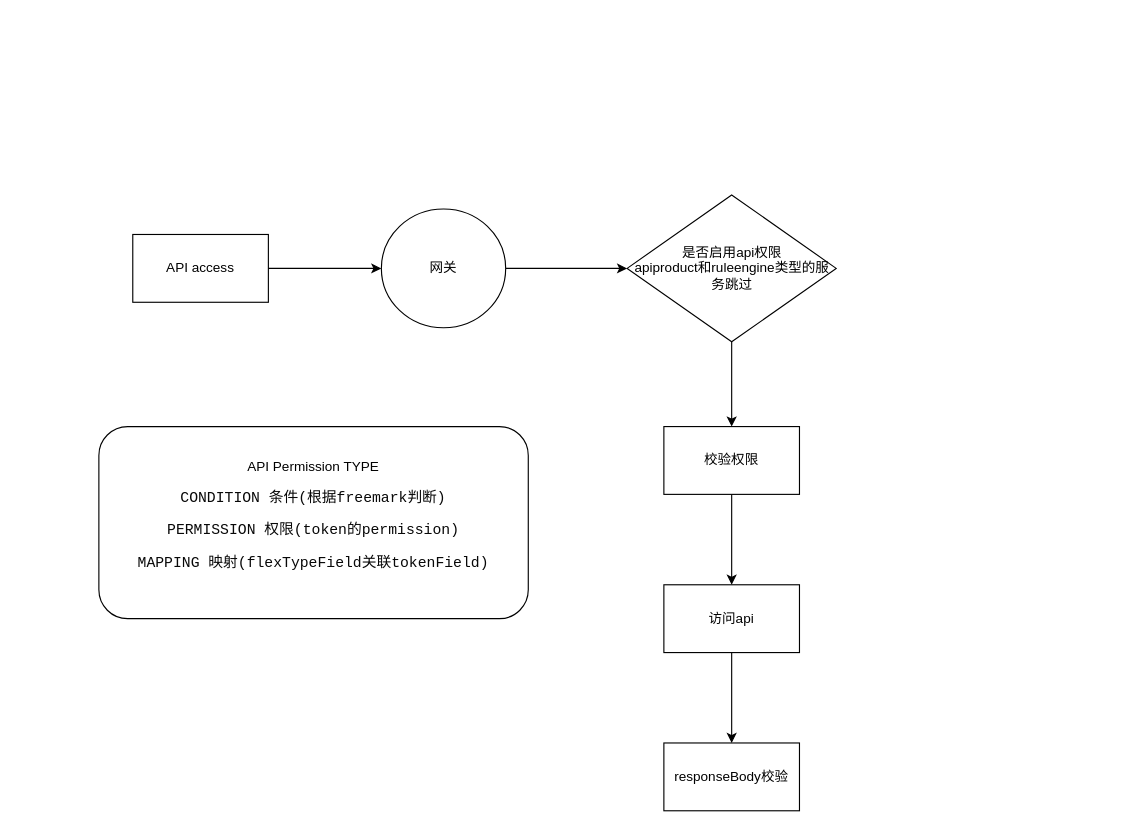
anyingle/ay-diagrams keeps this draw.io diagram as 未命名绘图.drawio. Above is the earlier version. Source tidied: cells renumbered, new cells numbered last; positions are measured from the earlier drawing's top-left corner, leaving out a move shared by most shapes. Both pictures are drawn from the tidied source at 113%, with x=0, y=0 at pixel (98, 194).
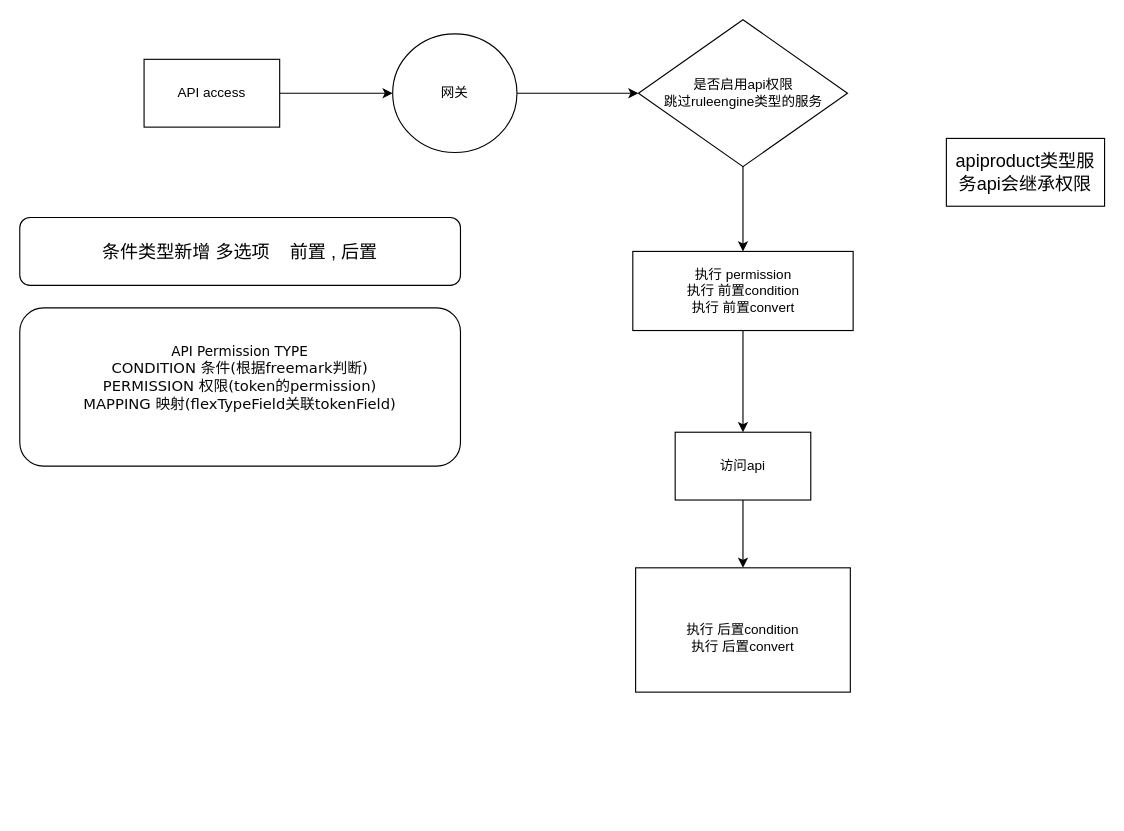
The same page after the edit.

Commit message:
更新未命名绘图.drawio

Change to the diagram source:
```diff
@@
 <mxGraphModel>
   <root>
     <mxCell id="0" />
     <mxCell id="1" parent="0" />
     <mxCell id="2" value="API access" style="rounded=0;whiteSpace=wrap;html=1;" parent="1" vertex="1">
-      <mxGeometry x="30" y="35" width="120" height="60" as="geometry" />
+      <mxGeometry x="40" y="-120" width="120" height="60" as="geometry" />
     </mxCell>
     <mxCell id="3" style="endArrow=classic;html=1;rounded=0;exitX=1;exitY=0.5;exitDx=0;exitDy=0;entryX=0;entryY=0.5;entryDx=0;entryDy=0;" parent="1" edge="1" source="2" target="5">
       <mxGeometry relative="1" as="geometry" />
     </mxCell>
     <mxCell id="4" style="edgeStyle=orthogonalEdgeStyle;rounded=0;jettySize=auto;html=1;" parent="1" edge="1" source="5" target="7">
       <mxGeometry relative="1" as="geometry" />
     </mxCell>
     <mxCell id="5" value="网关" style="ellipse;whiteSpace=wrap;html=1;" parent="1" vertex="1">
-      <mxGeometry x="250" y="12.5" width="110" height="105" as="geometry" />
+      <mxGeometry x="260" y="-142.5" width="110" height="105" as="geometry" />
     </mxCell>
     <mxCell id="6" style="edgeStyle=orthogonalEdgeStyle;rounded=0;jettySize=auto;html=1;" parent="1" edge="1" source="7" target="9">
       <mxGeometry relative="1" as="geometry" />
     </mxCell>
-    <mxCell id="7" value="是否启用api权限&lt;br&gt;apiproduct和ruleengine类型的服务跳过" style="rhombus;whiteSpace=wrap;html=1;" parent="1" vertex="1">
-      <mxGeometry x="467.5" width="185" height="130" as="geometry" />
+    <mxCell id="7" value="是否启用api权限&lt;br&gt;跳过ruleengine类型的服务" style="rhombus;whiteSpace=wrap;html=1;" parent="1" vertex="1">
+      <mxGeometry x="477.5" y="-155" width="185" height="130" as="geometry" />
     </mxCell>
     <mxCell id="8" style="edgeStyle=orthogonalEdgeStyle;rounded=0;jettySize=auto;html=1;" parent="1" edge="1" source="9" target="11">
       <mxGeometry relative="1" as="geometry" />
     </mxCell>
-    <mxCell id="9" value="校验权限" style="whiteSpace=wrap;html=1;" parent="1" vertex="1">
-      <mxGeometry x="500" y="205" width="120" height="60" as="geometry" />
+    <mxCell id="9" value="执行 permission&lt;br&gt;执行 前置condition&lt;br&gt;执行 前置convert" style="whiteSpace=wrap;html=1;" parent="1" vertex="1">
+      <mxGeometry x="472.5" y="50" width="195" height="70" as="geometry" />
     </mxCell>
-    <mxCell id="10" style="edgeStyle=orthogonalEdgeStyle;rounded=0;jettySize=auto;html=1;" parent="1" edge="1" source="11" target="12">
+    <mxCell id="10" style="edgeStyle=orthogonalEdgeStyle;rounded=0;jettySize=auto;html=1;entryX=0.5;entryY=0;entryDx=0;entryDy=0;" parent="1" edge="1" source="11" target="15">
       <mxGeometry relative="1" as="geometry" />
     </mxCell>
     <mxCell id="11" value="访问api" style="whiteSpace=wrap;html=1;" parent="1" vertex="1">
-      <mxGeometry x="500" y="345" width="120" height="60" as="geometry" />
+      <mxGeometry x="510" y="210" width="120" height="60" as="geometry" />
     </mxCell>
-    <mxCell id="12" value="responseBody校验" style="whiteSpace=wrap;html=1;" parent="1" vertex="1">
-      <mxGeometry x="500" y="485" width="120" height="60" as="geometry" />
-    </mxCell>
-    <mxCell id="13" value="API Permission TYPE&lt;br&gt;&lt;div style=&quot;background-color:#ffffff;color:#080808;font-family:'JetBrains Mono',monospace;font-size:9.8pt;&quot;&gt;&lt;pre&gt;CONDITION 条件(根据freemark判断)&lt;/pre&gt;&lt;pre&gt;&lt;div style=&quot;font-family: &amp;quot;JetBrains Mono&amp;quot;, monospace; font-size: 9.8pt;&quot;&gt;&lt;pre&gt;PERMISSION 权限(token的permission)&lt;/pre&gt;&lt;pre&gt;&lt;div style=&quot;font-family: &amp;quot;JetBrains Mono&amp;quot;, monospace; font-size: 9.8pt;&quot;&gt;&lt;pre&gt;MAPPING 映射(flexTypeField关联tokenField)&lt;/pre&gt;&lt;/div&gt;&lt;/pre&gt;&lt;/div&gt;&lt;/pre&gt;&lt;/div&gt;" style="rounded=1;whiteSpace=wrap;html=1;" parent="1" vertex="1">
-      <mxGeometry y="205" width="380" height="170" as="geometry" />
+    <mxCell id="13" value="API Permission TYPE&lt;br&gt;&lt;div style=&quot;background-color: rgb(255, 255, 255); color: rgb(8, 8, 8); font-size: 9.8pt;&quot;&gt;&lt;div&gt;CONDITION 条件(根据freemark判断)&lt;/div&gt;&lt;div&gt;&lt;div style=&quot;font-size: 9.8pt;&quot;&gt;&lt;div&gt;PERMISSION 权限(token的permission)&lt;/div&gt;&lt;div&gt;&lt;div style=&quot;font-size: 9.8pt;&quot;&gt;&lt;div&gt;MAPPING 映射(flexTypeField关联tokenField)&lt;/div&gt;&lt;div&gt;&lt;br&gt;&lt;/div&gt;&lt;/div&gt;&lt;/div&gt;&lt;/div&gt;&lt;/div&gt;&lt;/div&gt;" style="rounded=1;whiteSpace=wrap;html=1;fontFamily=Verdana;" parent="1" vertex="1">
+      <mxGeometry x="-70" y="100" width="390" height="140" as="geometry" />
     </mxCell>
+    <mxCell id="14" value="条件类型新增 多选项&amp;nbsp; &amp;nbsp; 前置 , 后置" style="rounded=1;whiteSpace=wrap;html=1;fontSize=16;" parent="1" vertex="1">
+      <mxGeometry x="-70" y="20" width="390" height="60" as="geometry" />
+    </mxCell>
+    <mxCell id="15" value="&lt;br&gt;执行 后置condition&lt;br&gt;执行 后置convert" style="whiteSpace=wrap;html=1;" parent="1" vertex="1">
+      <mxGeometry x="475" y="330" width="190" height="110" as="geometry" />
+    </mxCell>
+    <mxCell id="16" value="apiproduct类型服务api会继承权限&lt;br&gt;" style="rounded=0;whiteSpace=wrap;html=1;fontSize=16;" parent="1" vertex="1">
+      <mxGeometry x="750" y="-50" width="140" height="60" as="geometry" />
+    </mxCell>
   </root>
 </mxGraphModel>
```
